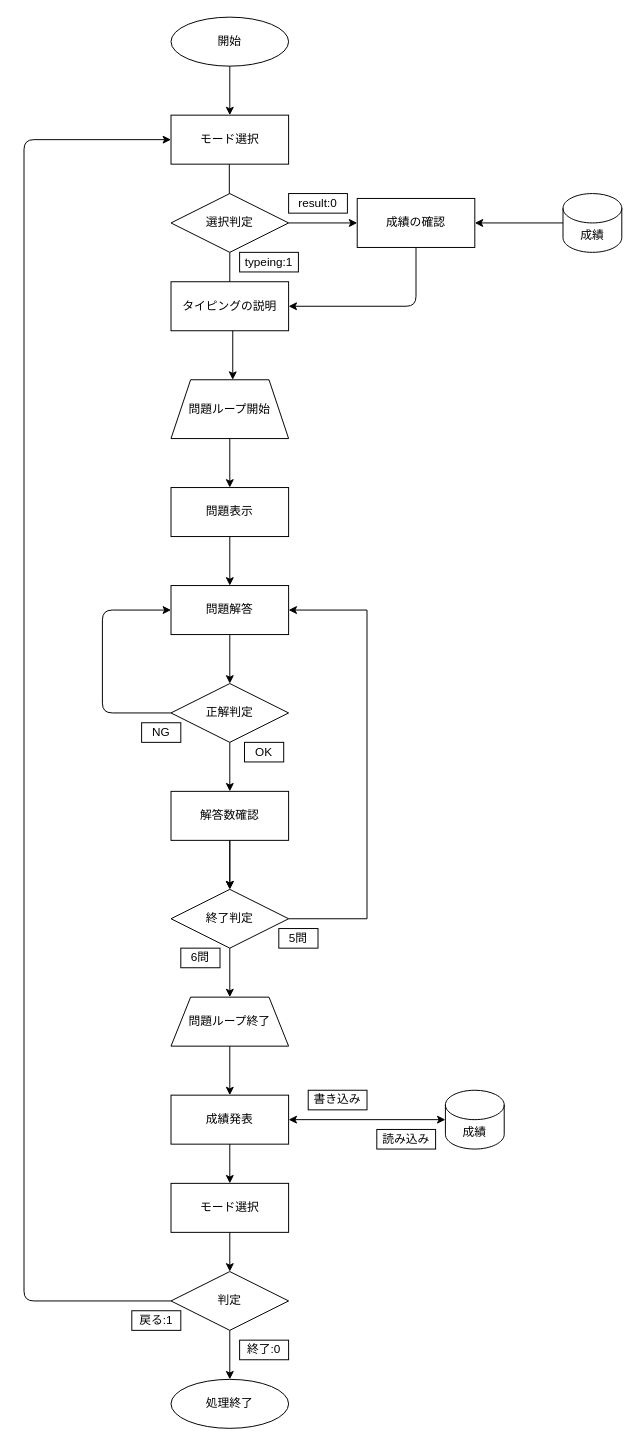
Above: TypeingGame/Typeing.dio in TakushiTokuyama/Java (draw.io), before the change. Source tidied: cells renumbered, new cells numbered last; positions are measured from the earlier drawing's top-left corner, leaving out a move shared by most shapes. Both pictures are drawn from the tidied source at 98%, with x=0, y=0 at pixel (24, 17).
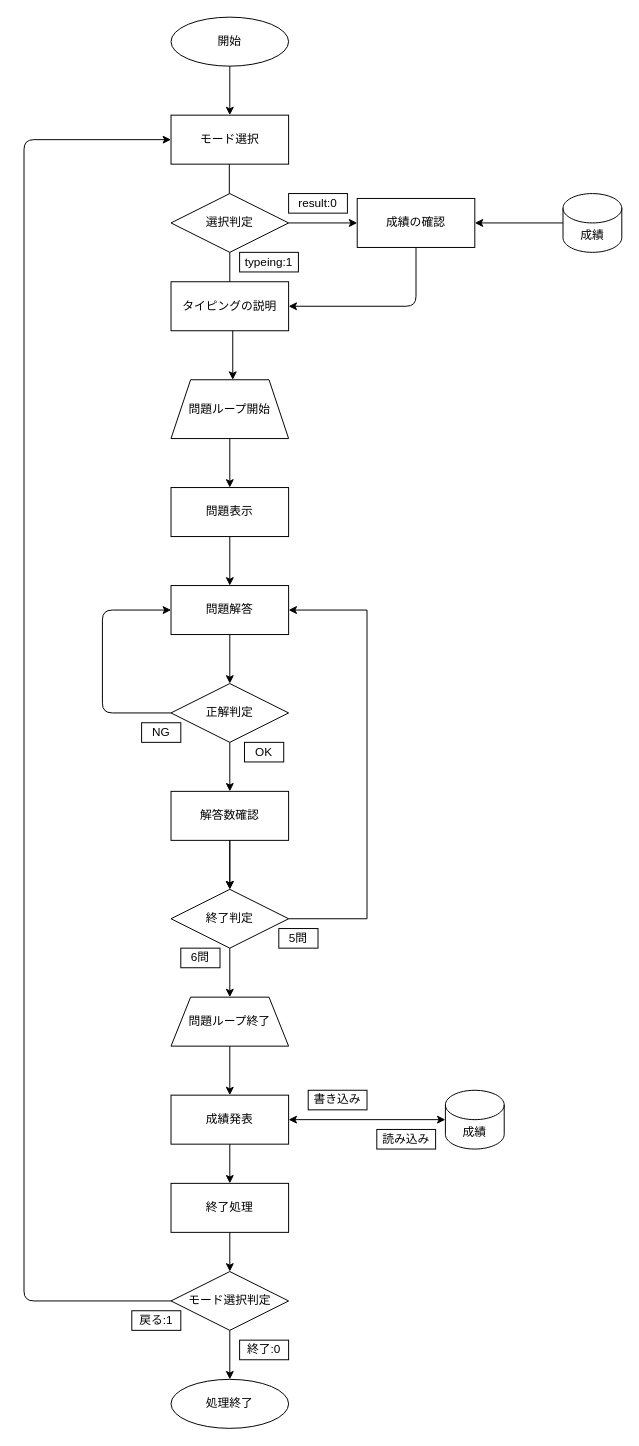
The same page after the edit.

Change to the diagram source:
```diff
@@
-    <mxCell id="38" value="モード選択" style="rounded=0;whiteSpace=wrap;html=1;" parent="1" vertex="1">
+    <mxCell id="38" value="終了処理" style="rounded=0;whiteSpace=wrap;html=1;" parent="1" vertex="1">
       <mxGeometry x="150" y="1190" width="120" height="50" as="geometry" />
     </mxCell>
@@
-    <mxCell id="40" value="判定" style="rhombus;whiteSpace=wrap;html=1;" parent="1" vertex="1">
+    <mxCell id="40" value="モード選択判定" style="rhombus;whiteSpace=wrap;html=1;" parent="1" vertex="1">
       <mxGeometry x="150" y="1280" width="120" height="60" as="geometry" />
     </mxCell>
```
